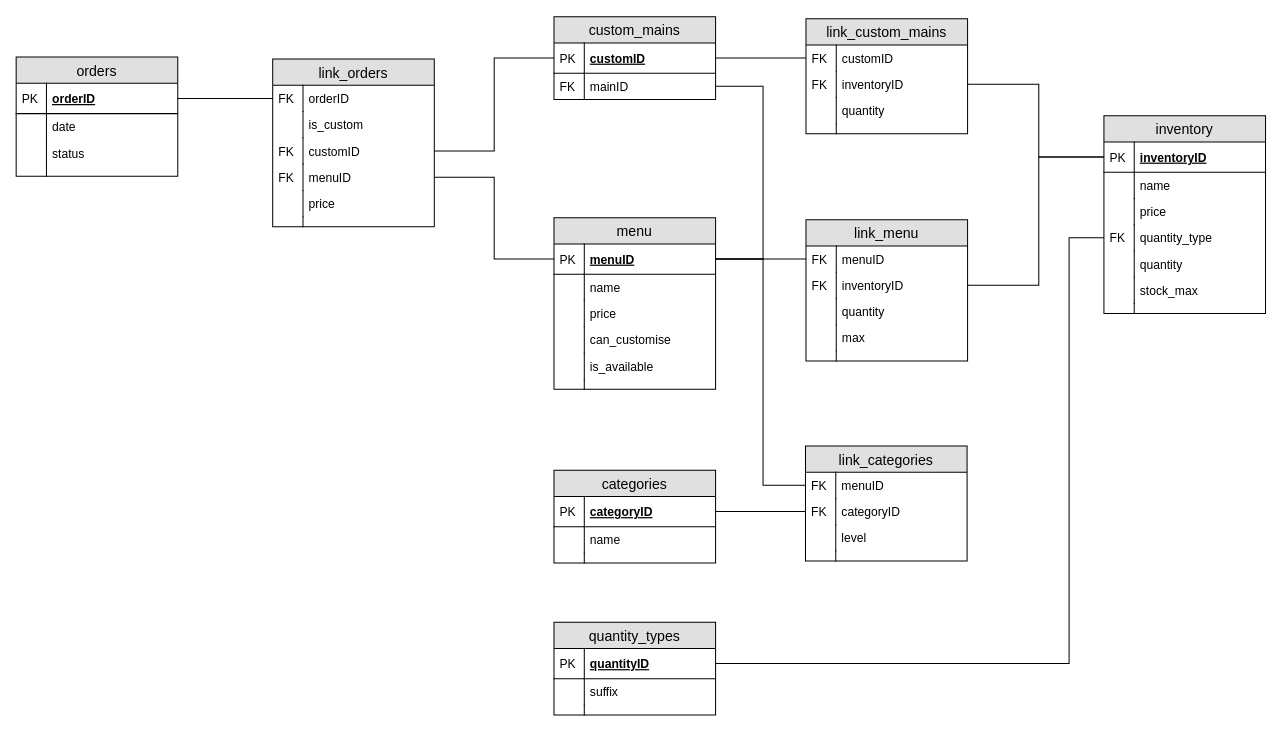
featherbear/UNSW-COMP1531-Assignment keeps this draw.io diagram as docs/database schema.drawio. Above is the earlier version. Source tidied: cells renumbered, new cells numbered last; positions are measured from the earlier drawing's top-left corner, leaving out a move shared by most shapes. Both pictures are drawn from the tidied source at 101%, with x=0, y=0 at pixel (16, 16).
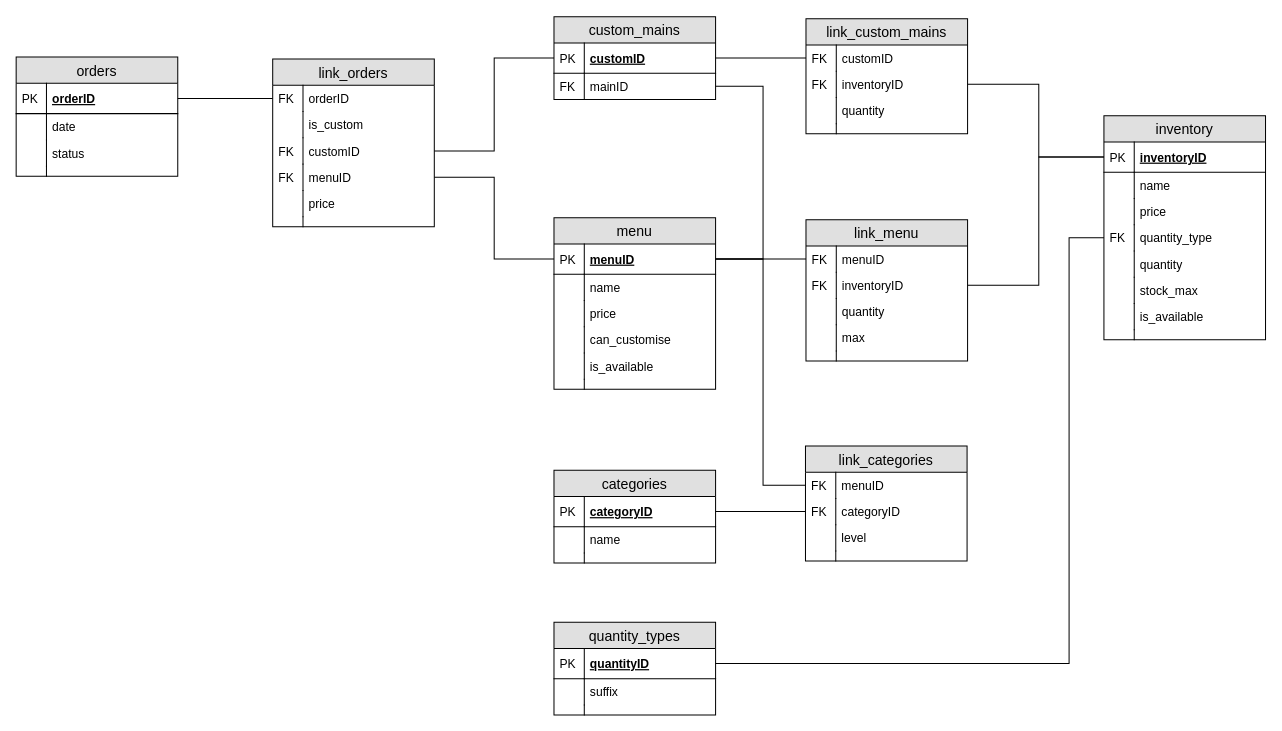
The same page after the edit.

The edit, as a diff of the source:
```diff
@@
     <mxCell id="27" value="inventory" style="swimlane;fontStyle=0;horizontal=1;startSize=26;fillColor=#e0e0e0;swimlaneFillColor=#ffffff;align=center;fontSize=14;" parent="1" vertex="1">
-      <mxGeometry x="1076.5" y="98" width="160" height="196" as="geometry" />
+      <mxGeometry x="1076.5" y="98" width="160" height="222" as="geometry" />
     </mxCell>
@@
+    <mxCell id="111" value="is_available" style="shape=partialRectangle;top=0;left=0;right=0;bottom=0;align=left;verticalAlign=top;fillColor=none;spacingLeft=34;spacingRight=4;overflow=hidden;fontSize=12;" parent="27" vertex="1">
+      <mxGeometry y="186" width="160" height="26" as="geometry" />
+    </mxCell>
+    <mxCell id="112" style="shape=partialRectangle;top=0;left=0;bottom=0;fillColor=none;align=left;verticalAlign=top;spacingLeft=4;spacingRight=4;overflow=hidden;fontSize=12;" parent="111" vertex="1">
+      <mxGeometry width="30" height="26" as="geometry" />
+    </mxCell>
     <mxCell id="40" style="shape=partialRectangle;top=0;left=0;right=0;bottom=0;align=left;verticalAlign=top;fillColor=none;spacingLeft=34;spacingRight=4;overflow=hidden;fontSize=12;" parent="27" vertex="1">
-      <mxGeometry y="186" width="160" height="10" as="geometry" />
+      <mxGeometry y="212" width="160" height="10" as="geometry" />
     </mxCell>
```
